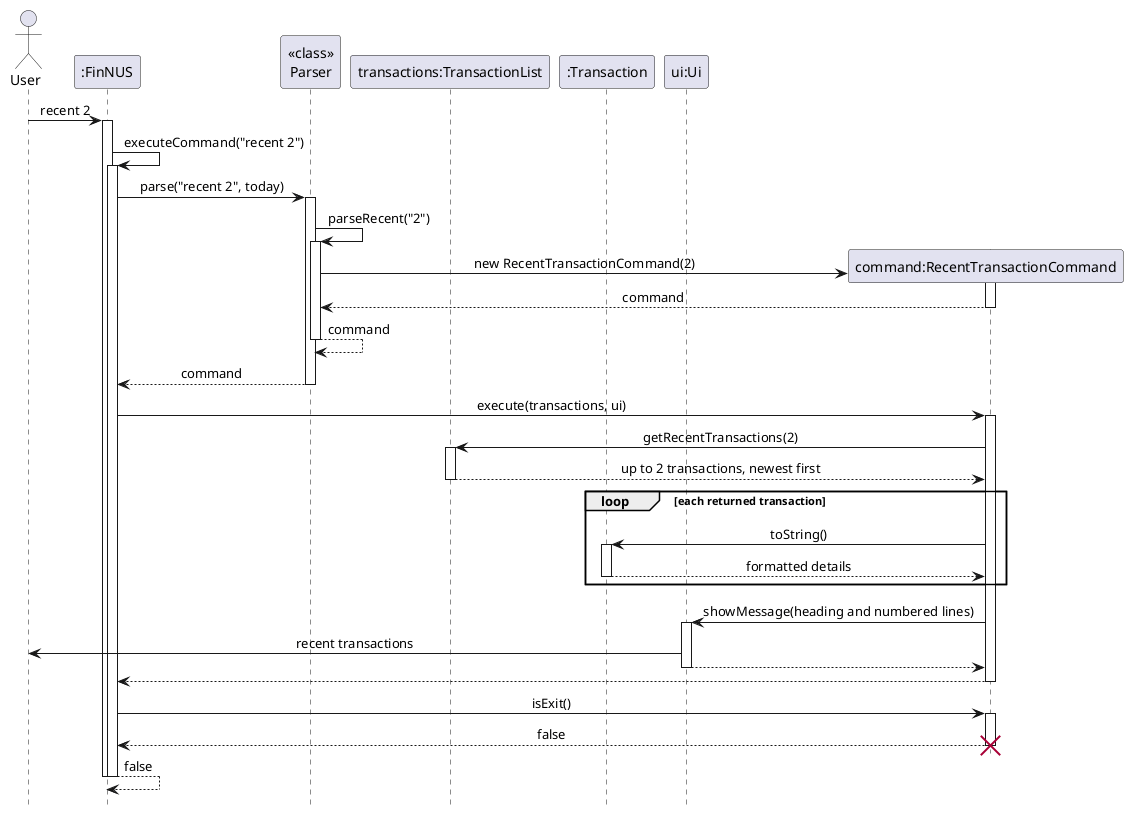
AY2627S1-CS2113-W13-2/tp keeps this PlantUML diagram as docs/images/RecentCommandSequenceDiagram.png. Above is the earlier version.
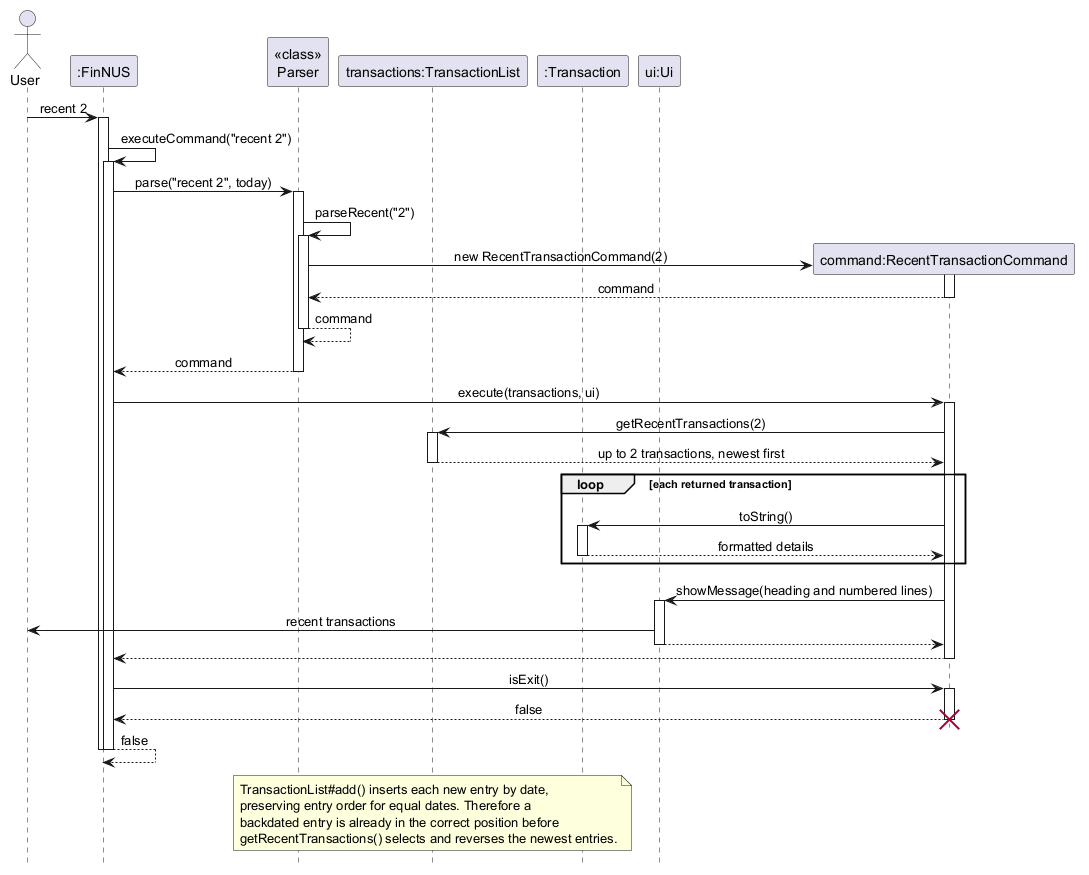
The same file after the commit.

The edit, as a diff of the source:
```diff
@@ -56,4 +56,11 @@
 FinNUS --> FinNUS : false
 deactivate FinNUS
 deactivate FinNUS
+
+note over Ledger
+    TransactionList#add() inserts each new entry by date,
+    preserving entry order for equal dates. Therefore a
+    backdated entry is already in the correct position before
+    getRecentTransactions() selects and reverses the newest entries.
+end note
 @enduml
```
